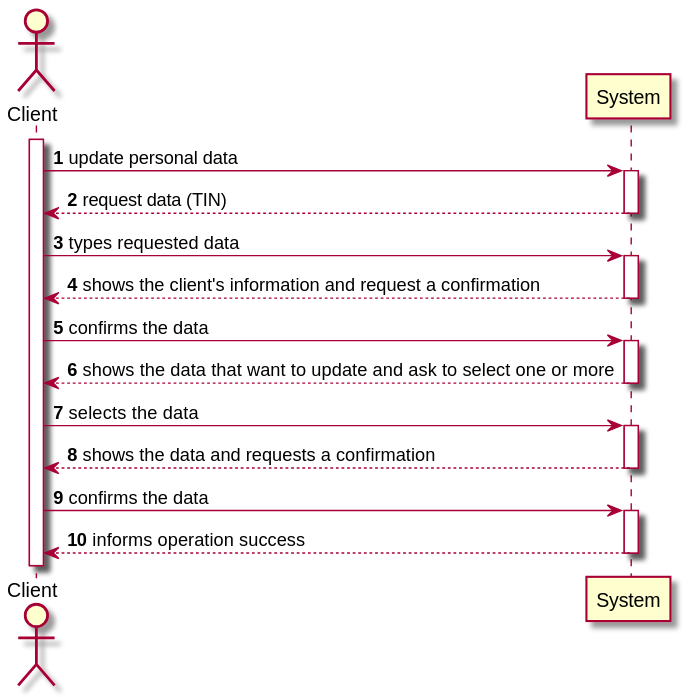
0franciscor/lei-21-s2-1de-g19 keeps this PlantUML diagram as docs/SprintD/US02/US02-SSD.svg. Above is the earlier version. Its diagram source:
```plantuml
@startuml

autonumber

actor "Client" as C
activate C
C -> System ++: update personal data
System -->  C --: request data (TIN)
C -> System ++: types requested data
System --> C --: shows the client's information and request a confirmation
C -> System ++: confirms the data
System --> C --: shows the data that want to update and ask to select one or more
C -> System ++: selects the data
System --> C --: shows the data and requests a confirmation
C -> System ++: confirms the data
System --> C --: informs operation success
@enduml
```
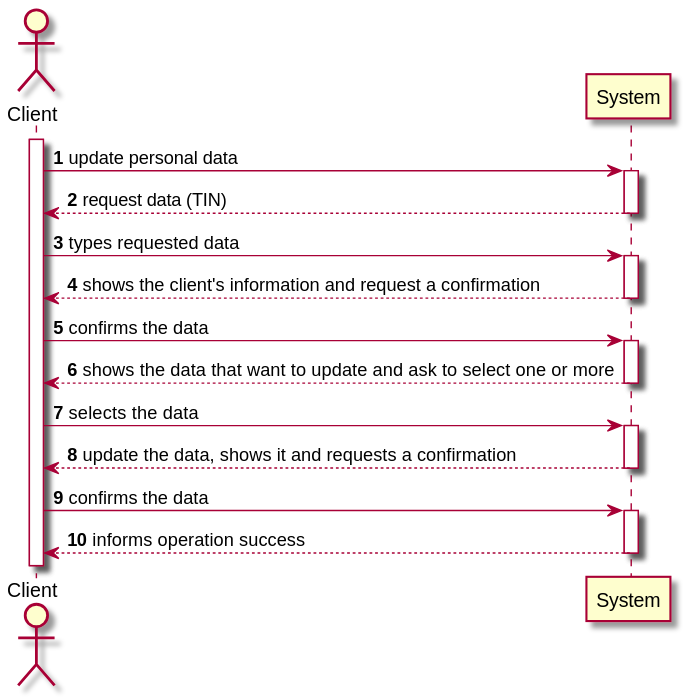
After the change.

Commit message:
[US02] - Atualização do SSD

The edit, as a diff of the source:
```diff
@@ -11,7 +11,7 @@
 C -> System ++: confirms the data
 System --> C --: shows the data that want to update and ask to select one or more
 C -> System ++: selects the data
-System --> C --: shows the data and requests a confirmation
+System --> C --: update the data, shows it and requests a confirmation
 C -> System ++: confirms the data
 System --> C --: informs operation success
 @enduml
```
